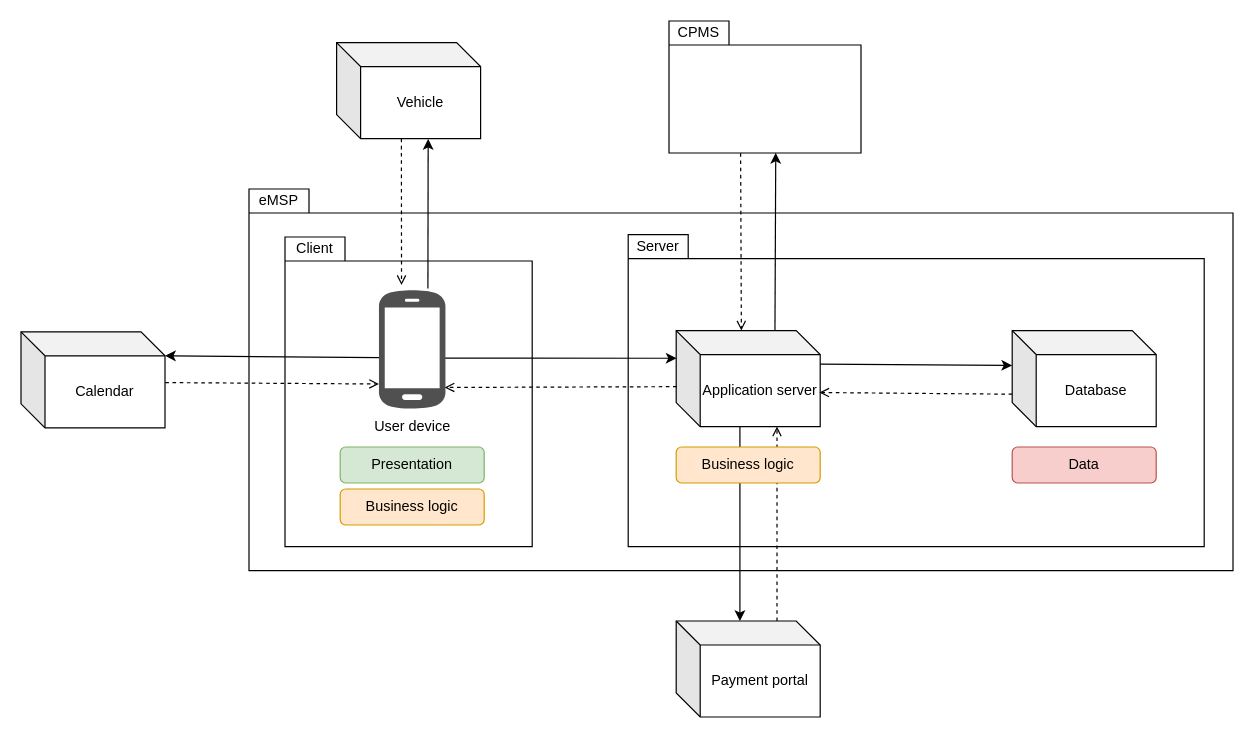
Above: page "eMSP-overview" (1 of 5) of DD/Graphics/DD.drawio in federico-mandelli/CoriglianoMandelliPignataro (draw.io), before the change. Source tidied: cells renumbered, new cells numbered last; positions are measured from the earlier drawing's top-left corner, leaving out a move shared by most shapes. Both pictures are drawn from the tidied source at 120%, with x=0, y=0 at pixel (20, 20).
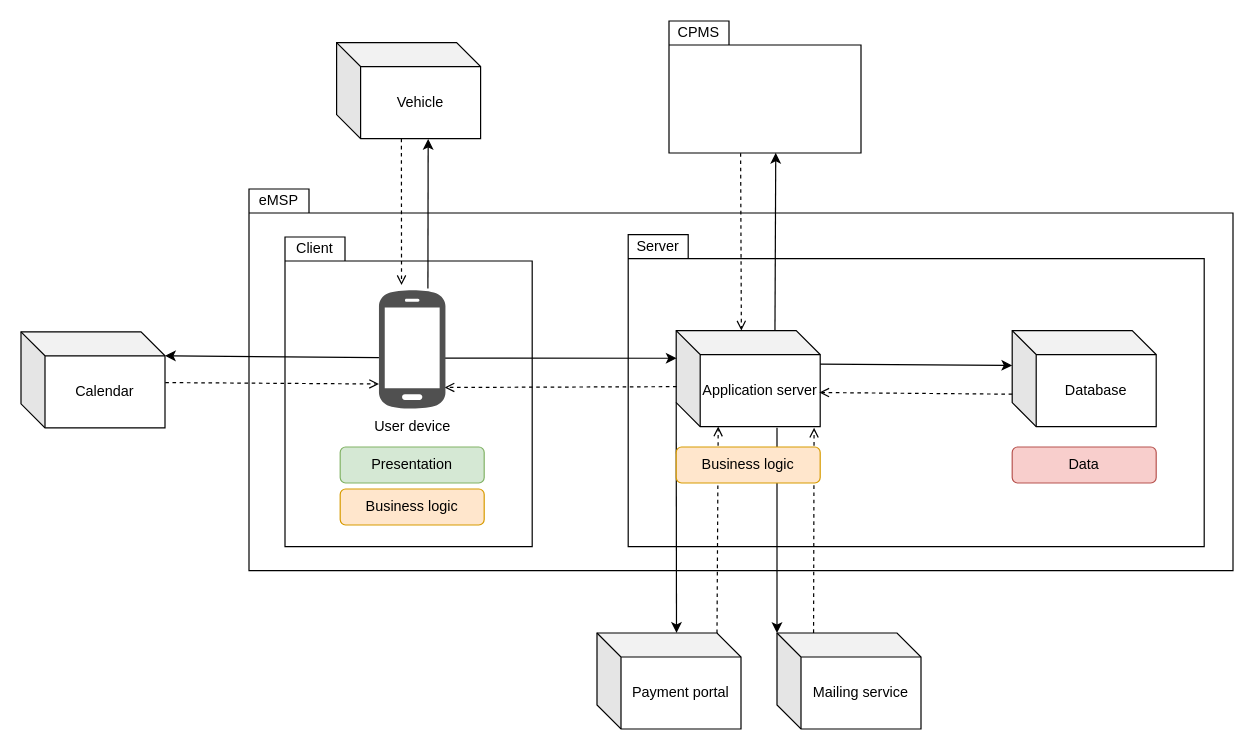
Above is the later version.

Commit message (it also covers changes not shown here):
[DD] updated eMSP overview

The change refers to these unchanged cells:
```xml
<mxCell id="5" value="Application server" style="shape=cube;whiteSpace=wrap;html=1;boundedLbl=1;backgroundOutline=1;darkOpacity=0.05;darkOpacity2=0.1;" parent="1" vertex="1">
  <mxGeometry x="546" y="258" width="120" height="80" as="geometry" />
</mxCell>
```

What changed in the source:
```diff
@@
     <mxCell id="28" value="Payment portal" style="shape=cube;whiteSpace=wrap;html=1;boundedLbl=1;backgroundOutline=1;darkOpacity=0.05;darkOpacity2=0.1;" parent="1" vertex="1">
-      <mxGeometry x="546" y="500" width="120" height="80" as="geometry" />
+      <mxGeometry x="480" y="510" width="120" height="80" as="geometry" />
     </mxCell>
-    <mxCell id="29" style="endArrow=classic;html=1;rounded=0;" parent="1" edge="1">
-      <mxGeometry relative="1" as="geometry">
-        <mxPoint x="599.1" y="338" as="sourcePoint" />
-        <mxPoint x="599.1" y="500" as="targetPoint" />
-      </mxGeometry>
+    <mxCell id="29" style="endArrow=classic;html=1;rounded=0;entryX=0.552;entryY=-0.001;entryDx=0;entryDy=0;entryPerimeter=0;exitX=0;exitY=0;exitDx=0;exitDy=60;exitPerimeter=0;" parent="1" edge="1" source="5" target="28">
+      <mxGeometry relative="1" as="geometry" />
     </mxCell>
-    <mxCell id="30" style="endArrow=open;html=1;rounded=0;endFill=0;dashed=1;" parent="1" edge="1">
+    <mxCell id="30" style="endArrow=open;html=1;rounded=0;endFill=0;dashed=1;exitX=0;exitY=0;exitDx=100;exitDy=0;exitPerimeter=0;" parent="1" edge="1" source="28">
       <mxGeometry relative="1" as="geometry">
-        <mxPoint x="630" y="500" as="sourcePoint" />
-        <mxPoint x="630" y="338" as="targetPoint" />
+        <mxPoint x="581" y="338" as="targetPoint" />
       </mxGeometry>
     </mxCell>
+    <mxCell id="32" value="Mailing service" style="shape=cube;whiteSpace=wrap;html=1;boundedLbl=1;backgroundOutline=1;darkOpacity=0.05;darkOpacity2=0.1;" parent="1" vertex="1">
+      <mxGeometry x="630" y="510" width="120" height="80" as="geometry" />
+    </mxCell>
+    <mxCell id="33" style="endArrow=classic;html=1;rounded=0;entryX=0;entryY=0;entryDx=0;entryDy=0;entryPerimeter=0;" parent="1" edge="1" target="32">
+      <mxGeometry relative="1" as="geometry">
+        <mxPoint x="630" y="339" as="sourcePoint" />
+      </mxGeometry>
+    </mxCell>
+    <mxCell id="34" style="endArrow=open;html=1;rounded=0;endFill=0;dashed=1;exitX=0.254;exitY=-0.001;exitDx=0;exitDy=0;exitPerimeter=0;" parent="1" edge="1" source="32">
+      <mxGeometry relative="1" as="geometry">
+        <mxPoint x="660.9" y="339" as="targetPoint" />
+      </mxGeometry>
+    </mxCell>
```
